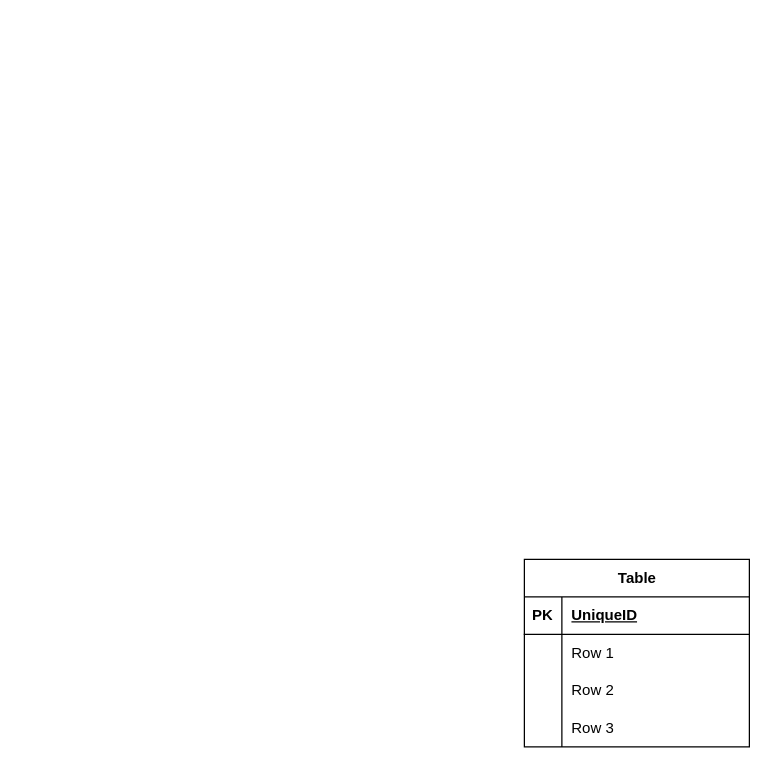
internalTekango/3.0.tekango.template keeps this draw.io diagram as Tekango.drawio. Above is the earlier version. Source tidied: cells renumbered, new cells numbered last; positions are measured from the earlier drawing's top-left corner, leaving out a move shared by most shapes. Both pictures are drawn from the tidied source at 125%, with x=0, y=0 at pixel (524, 559).
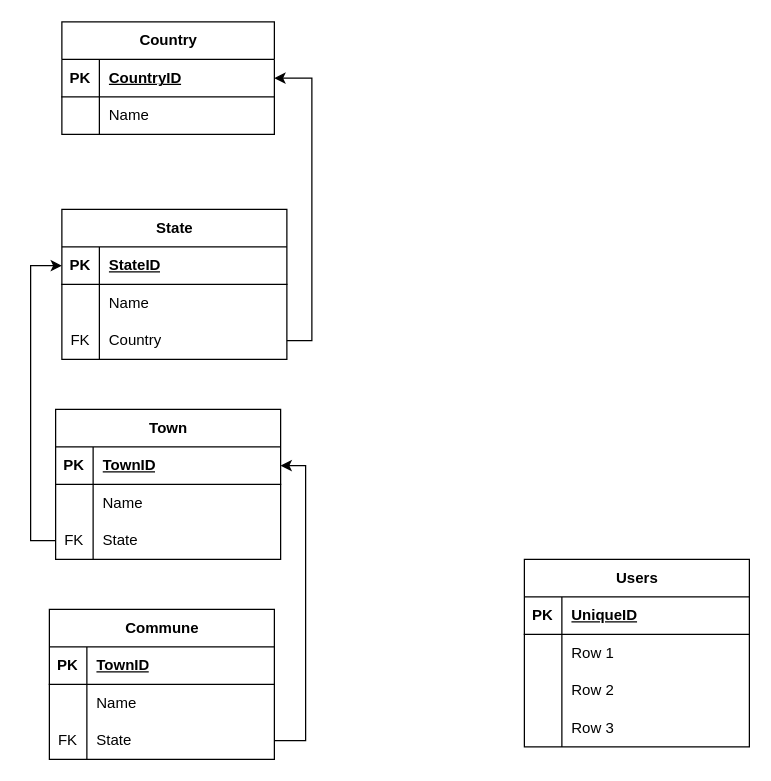
Above is the later version.

Commit message (it also covers changes not shown here):
Mettre à jour Tekango.drawio

Diff of the diagram source:
```diff
@@
-    <mxCell id="2" value="Table" style="shape=table;startSize=30;childLayout=tableLayout;rowLines=0;fontStyle=1;align=center;html=1;" parent="1" vertex="1">
+    <mxCell id="2" value="Users" style="shape=table;startSize=30;childLayout=tableLayout;rowLines=0;fontStyle=1;align=center;html=1;" parent="1" vertex="1">
       <mxGeometry width="180" height="150" as="geometry" />
     </mxCell>
@@
+    <mxCell id="15" value="Town" style="shape=table;startSize=30;childLayout=tableLayout;rowLines=0;fontStyle=1;align=center;html=1;" parent="1" vertex="1">
+      <mxGeometry x="-375" y="-120" width="180" height="120" as="geometry" />
+    </mxCell>
+    <mxCell id="16" style="shape=tableRow;horizontal=0;startSize=0;swimlaneHead=0;swimlaneBody=0;fillColor=none;points=[[0,0.5],[1,0.5]];portConstraint=eastwest;top=0;left=0;right=0;bottom=1;" parent="15" vertex="1">
+      <mxGeometry y="30" width="180" height="30" as="geometry" />
+    </mxCell>
+    <mxCell id="17" value="PK" style="shape=partialRectangle;fillColor=none;top=0;left=0;bottom=0;right=0;fontStyle=1;overflow=hidden;whiteSpace=wrap;html=1;" parent="16" vertex="1">
+      <mxGeometry width="30" height="30" as="geometry" />
+    </mxCell>
+    <mxCell id="18" value="TownID" style="shape=partialRectangle;fillColor=none;top=0;left=0;bottom=0;right=0;align=left;spacingLeft=6;fontStyle=5;overflow=hidden;whiteSpace=wrap;html=1;" parent="16" vertex="1">
+      <mxGeometry x="30" width="150" height="30" as="geometry" />
+    </mxCell>
+    <mxCell id="19" style="shape=tableRow;horizontal=0;startSize=0;swimlaneHead=0;swimlaneBody=0;fillColor=none;top=0;left=0;right=0;bottom=0;" parent="15" vertex="1">
+      <mxGeometry y="60" width="180" height="30" as="geometry" />
+    </mxCell>
+    <mxCell id="20" style="shape=partialRectangle;fillColor=none;top=0;left=0;bottom=0;right=0;overflow=hidden;whiteSpace=wrap;html=1;" parent="19" vertex="1">
+      <mxGeometry width="30" height="30" as="geometry" />
+    </mxCell>
+    <mxCell id="21" value="Name" style="shape=partialRectangle;fillColor=none;top=0;left=0;bottom=0;right=0;align=left;spacingLeft=6;overflow=hidden;whiteSpace=wrap;html=1;" parent="19" vertex="1">
+      <mxGeometry x="30" width="150" height="30" as="geometry" />
+    </mxCell>
+    <mxCell id="22" style="shape=tableRow;horizontal=0;startSize=0;swimlaneHead=0;swimlaneBody=0;fillColor=none;points=[[0,0.5],[1,0.5]];portConstraint=eastwest;top=0;left=0;right=0;bottom=0;" parent="15" vertex="1">
+      <mxGeometry y="90" width="180" height="30" as="geometry" />
+    </mxCell>
+    <mxCell id="23" value="FK" style="shape=partialRectangle;fillColor=none;top=0;left=0;bottom=0;right=0;overflow=hidden;whiteSpace=wrap;html=1;" parent="22" vertex="1">
+      <mxGeometry width="30" height="30" as="geometry" />
+    </mxCell>
+    <mxCell id="24" value="State" style="shape=partialRectangle;fillColor=none;top=0;left=0;bottom=0;right=0;align=left;spacingLeft=6;overflow=hidden;whiteSpace=wrap;html=1;" parent="22" vertex="1">
+      <mxGeometry x="30" width="150" height="30" as="geometry" />
+    </mxCell>
+    <mxCell id="25" value="State" style="shape=table;startSize=30;childLayout=tableLayout;rowLines=0;fontStyle=1;align=center;html=1;" parent="1" vertex="1">
+      <mxGeometry x="-370" y="-280" width="180" height="120" as="geometry" />
+    </mxCell>
+    <mxCell id="26" style="shape=tableRow;horizontal=0;startSize=0;swimlaneHead=0;swimlaneBody=0;fillColor=none;points=[[0,0.5],[1,0.5]];portConstraint=eastwest;top=0;left=0;right=0;bottom=1;" parent="25" vertex="1">
+      <mxGeometry y="30" width="180" height="30" as="geometry" />
+    </mxCell>
+    <mxCell id="27" value="PK" style="shape=partialRectangle;fillColor=none;top=0;left=0;bottom=0;right=0;fontStyle=1;overflow=hidden;whiteSpace=wrap;html=1;" parent="26" vertex="1">
+      <mxGeometry width="30" height="30" as="geometry" />
+    </mxCell>
+    <mxCell id="28" value="StateID" style="shape=partialRectangle;fillColor=none;top=0;left=0;bottom=0;right=0;align=left;spacingLeft=6;fontStyle=5;overflow=hidden;whiteSpace=wrap;html=1;" parent="26" vertex="1">
+      <mxGeometry x="30" width="150" height="30" as="geometry" />
+    </mxCell>
+    <mxCell id="29" style="shape=tableRow;horizontal=0;startSize=0;swimlaneHead=0;swimlaneBody=0;fillColor=none;top=0;left=0;right=0;bottom=0;" parent="25" vertex="1">
+      <mxGeometry y="60" width="180" height="30" as="geometry" />
+    </mxCell>
+    <mxCell id="30" style="shape=partialRectangle;fillColor=none;top=0;left=0;bottom=0;right=0;overflow=hidden;whiteSpace=wrap;html=1;" parent="29" vertex="1">
+      <mxGeometry width="30" height="30" as="geometry" />
+    </mxCell>
+    <mxCell id="31" value="Name" style="shape=partialRectangle;fillColor=none;top=0;left=0;bottom=0;right=0;align=left;spacingLeft=6;overflow=hidden;whiteSpace=wrap;html=1;" parent="29" vertex="1">
+      <mxGeometry x="30" width="150" height="30" as="geometry" />
+    </mxCell>
+    <mxCell id="32" style="shape=tableRow;horizontal=0;startSize=0;swimlaneHead=0;swimlaneBody=0;fillColor=none;points=[[0,0.5],[1,0.5]];portConstraint=eastwest;top=0;left=0;right=0;bottom=0;" parent="25" vertex="1">
+      <mxGeometry y="90" width="180" height="30" as="geometry" />
+    </mxCell>
+    <mxCell id="33" value="FK" style="shape=partialRectangle;fillColor=none;top=0;left=0;bottom=0;right=0;overflow=hidden;whiteSpace=wrap;html=1;" parent="32" vertex="1">
+      <mxGeometry width="30" height="30" as="geometry" />
+    </mxCell>
+    <mxCell id="34" value="Country" style="shape=partialRectangle;fillColor=none;top=0;left=0;bottom=0;right=0;align=left;spacingLeft=6;overflow=hidden;whiteSpace=wrap;html=1;" parent="32" vertex="1">
+      <mxGeometry x="30" width="150" height="30" as="geometry" />
+    </mxCell>
+    <mxCell id="35" value="Country" style="shape=table;startSize=30;childLayout=tableLayout;rowLines=0;fontStyle=1;align=center;html=1;" parent="1" vertex="1">
+      <mxGeometry x="-370" y="-430" width="170" height="90" as="geometry" />
+    </mxCell>
+    <mxCell id="36" style="shape=tableRow;horizontal=0;startSize=0;swimlaneHead=0;swimlaneBody=0;fillColor=none;points=[[0,0.5],[1,0.5]];portConstraint=eastwest;top=0;left=0;right=0;bottom=1;" parent="35" vertex="1">
+      <mxGeometry y="30" width="170" height="30" as="geometry" />
+    </mxCell>
+    <mxCell id="37" value="PK" style="shape=partialRectangle;fillColor=none;top=0;left=0;bottom=0;right=0;fontStyle=1;overflow=hidden;whiteSpace=wrap;html=1;" parent="36" vertex="1">
+      <mxGeometry width="30" height="30" as="geometry" />
+    </mxCell>
+    <mxCell id="38" value="CountryID" style="shape=partialRectangle;fillColor=none;top=0;left=0;bottom=0;right=0;align=left;spacingLeft=6;fontStyle=5;overflow=hidden;whiteSpace=wrap;html=1;" parent="36" vertex="1">
+      <mxGeometry x="30" width="140" height="30" as="geometry" />
+    </mxCell>
+    <mxCell id="39" style="shape=tableRow;horizontal=0;startSize=0;swimlaneHead=0;swimlaneBody=0;fillColor=none;top=0;left=0;right=0;bottom=0;" parent="35" vertex="1">
+      <mxGeometry y="60" width="170" height="30" as="geometry" />
+    </mxCell>
+    <mxCell id="40" style="shape=partialRectangle;fillColor=none;top=0;left=0;bottom=0;right=0;overflow=hidden;whiteSpace=wrap;html=1;" parent="39" vertex="1">
+      <mxGeometry width="30" height="30" as="geometry" />
+    </mxCell>
+    <mxCell id="41" value="Name" style="shape=partialRectangle;fillColor=none;top=0;left=0;bottom=0;right=0;align=left;spacingLeft=6;overflow=hidden;whiteSpace=wrap;html=1;" parent="39" vertex="1">
+      <mxGeometry x="30" width="140" height="30" as="geometry" />
+    </mxCell>
+    <mxCell id="42" style="edgeStyle=orthogonalEdgeStyle;rounded=0;jettySize=auto;html=1;exitX=1;exitY=0.5;exitDx=0;exitDy=0;entryX=1;entryY=0.5;entryDx=0;entryDy=0;" parent="1" edge="1" source="32" target="36">
+      <mxGeometry relative="1" as="geometry" />
+    </mxCell>
+    <mxCell id="43" style="edgeStyle=orthogonalEdgeStyle;rounded=0;jettySize=auto;html=1;exitX=0;exitY=0.5;exitDx=0;exitDy=0;entryX=0;entryY=0.5;entryDx=0;entryDy=0;" parent="1" edge="1" source="22" target="26">
+      <mxGeometry relative="1" as="geometry" />
+    </mxCell>
+    <mxCell id="44" value="Commune" style="shape=table;startSize=30;childLayout=tableLayout;rowLines=0;fontStyle=1;align=center;html=1;" parent="1" vertex="1">
+      <mxGeometry x="-380" y="40" width="180" height="120" as="geometry" />
+    </mxCell>
+    <mxCell id="45" style="shape=tableRow;horizontal=0;startSize=0;swimlaneHead=0;swimlaneBody=0;fillColor=none;top=0;left=0;right=0;bottom=1;" parent="44" vertex="1">
+      <mxGeometry y="30" width="180" height="30" as="geometry" />
+    </mxCell>
+    <mxCell id="46" value="PK" style="shape=partialRectangle;fillColor=none;top=0;left=0;bottom=0;right=0;fontStyle=1;overflow=hidden;whiteSpace=wrap;html=1;" parent="45" vertex="1">
+      <mxGeometry width="30" height="30" as="geometry" />
+    </mxCell>
+    <mxCell id="47" value="TownID" style="shape=partialRectangle;fillColor=none;top=0;left=0;bottom=0;right=0;align=left;spacingLeft=6;fontStyle=5;overflow=hidden;whiteSpace=wrap;html=1;" parent="45" vertex="1">
+      <mxGeometry x="30" width="150" height="30" as="geometry" />
+    </mxCell>
+    <mxCell id="48" style="shape=tableRow;horizontal=0;startSize=0;swimlaneHead=0;swimlaneBody=0;fillColor=none;top=0;left=0;right=0;bottom=0;" parent="44" vertex="1">
+      <mxGeometry y="60" width="180" height="30" as="geometry" />
+    </mxCell>
+    <mxCell id="49" style="shape=partialRectangle;fillColor=none;top=0;left=0;bottom=0;right=0;overflow=hidden;whiteSpace=wrap;html=1;" parent="48" vertex="1">
+      <mxGeometry width="30" height="30" as="geometry" />
+    </mxCell>
+    <mxCell id="50" value="Name" style="shape=partialRectangle;fillColor=none;top=0;left=0;bottom=0;right=0;align=left;spacingLeft=6;overflow=hidden;whiteSpace=wrap;html=1;" parent="48" vertex="1">
+      <mxGeometry x="30" width="150" height="30" as="geometry" />
+    </mxCell>
+    <mxCell id="51" style="shape=tableRow;horizontal=0;startSize=0;swimlaneHead=0;swimlaneBody=0;fillColor=none;points=[[0,0.5],[1,0.5]];portConstraint=eastwest;top=0;left=0;right=0;bottom=0;" parent="44" vertex="1">
+      <mxGeometry y="90" width="180" height="30" as="geometry" />
+    </mxCell>
+    <mxCell id="52" value="FK" style="shape=partialRectangle;fillColor=none;top=0;left=0;bottom=0;right=0;overflow=hidden;whiteSpace=wrap;html=1;" parent="51" vertex="1">
+      <mxGeometry width="30" height="30" as="geometry" />
+    </mxCell>
+    <mxCell id="53" value="State" style="shape=partialRectangle;fillColor=none;top=0;left=0;bottom=0;right=0;align=left;spacingLeft=6;overflow=hidden;whiteSpace=wrap;html=1;" parent="51" vertex="1">
+      <mxGeometry x="30" width="150" height="30" as="geometry" />
+    </mxCell>
+    <mxCell id="54" style="edgeStyle=orthogonalEdgeStyle;rounded=0;jettySize=auto;html=1;exitX=1;exitY=0.5;exitDx=0;exitDy=0;entryX=1;entryY=0.5;entryDx=0;entryDy=0;" parent="1" edge="1" source="51" target="16">
+      <mxGeometry relative="1" as="geometry" />
+    </mxCell>
```
